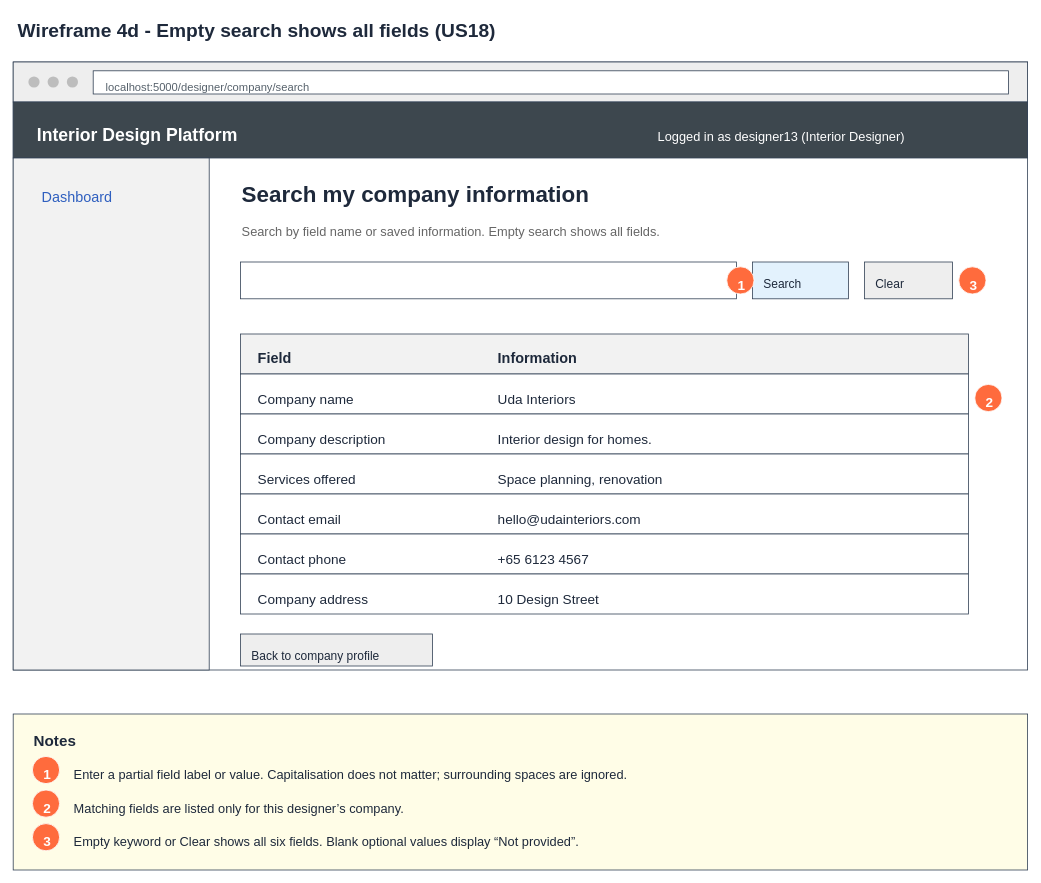
Earlier version of the draw.io diagram page "4d Wireframe - All information" (5 of 8) of Sprint_2/US18 - Search Company Information/US18 Search company information.drawio (Hanzxc/CSIT314-ARCHSS). Source tidied: cells renumbered, new cells numbered last; positions are measured from the earlier drawing's top-left corner, leaving out a move shared by most shapes. Both pictures are drawn from the tidied source at 80%, with x=0, y=0 at pixel (13, 13).
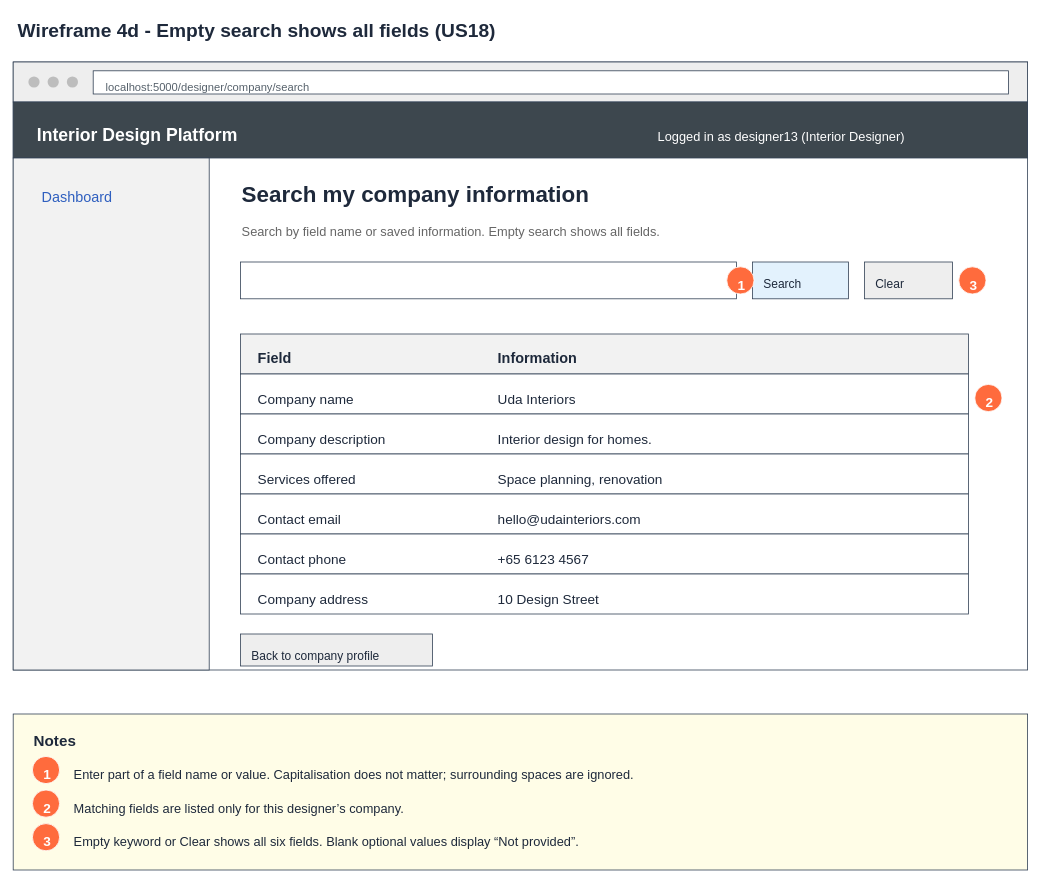
The same page after the edit.

The edit, as a diff of the source:
```diff
@@
-    <mxCell id="55" value="Enter a partial field label or value. Capitalisation does not matter; surrounding spaces are ignored." style="text;html=0;align=left;verticalAlign=top;fontSize=16;fontStyle=0;fontColor=#1e293b;" parent="1" vertex="1">
+    <mxCell id="55" value="Enter part of a field name or value. Capitalisation does not matter; surrounding spaces are ignored." style="text;html=0;align=left;verticalAlign=top;fontSize=16;fontStyle=0;fontColor=#1e293b;" parent="1" vertex="1">
       <mxGeometry x="74" y="936" width="1160" height="23" as="geometry" />
     </mxCell>
```
